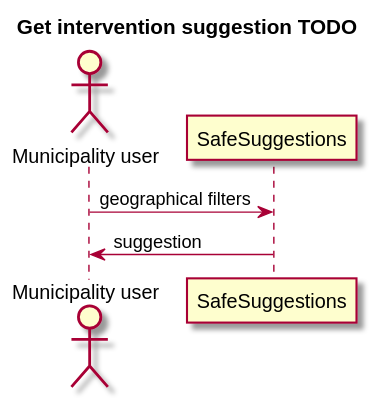
Above: RASD/resources/get_intervention_suggestion_sequence_diagram.svg in simonebraga/software_engineering_project_2020 (PlantUML), before the change.
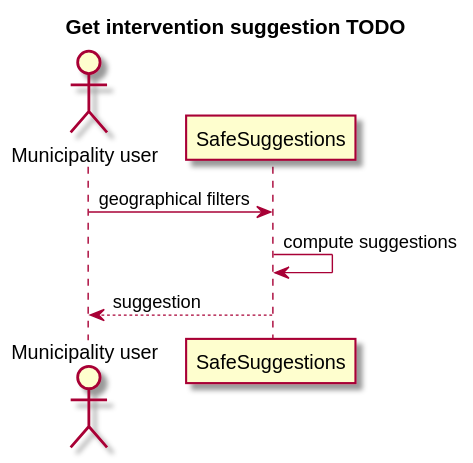
Later version of the same file.

Change to the diagram source:
```diff
@@ -6,7 +6,8 @@
 participant "SafeSuggestions" as safe
 
 user -> safe : geographical filters
-safe -> user : suggestion
+safe -> safe : compute suggestions
+safe --> user : suggestion
 
 
 
```
